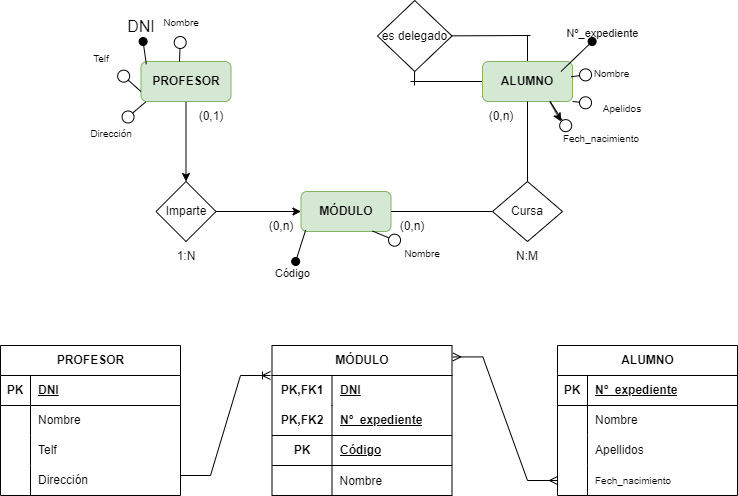
Before: Data Base/Exercise1E/R a Relacional.drawio.png, a diagram exported from draw.io (Samue45/1-DAM). Source tidied: cells renumbered, new cells last; positions are measured from the earlier drawing's top-left corner, leaving out a move shared by most shapes.
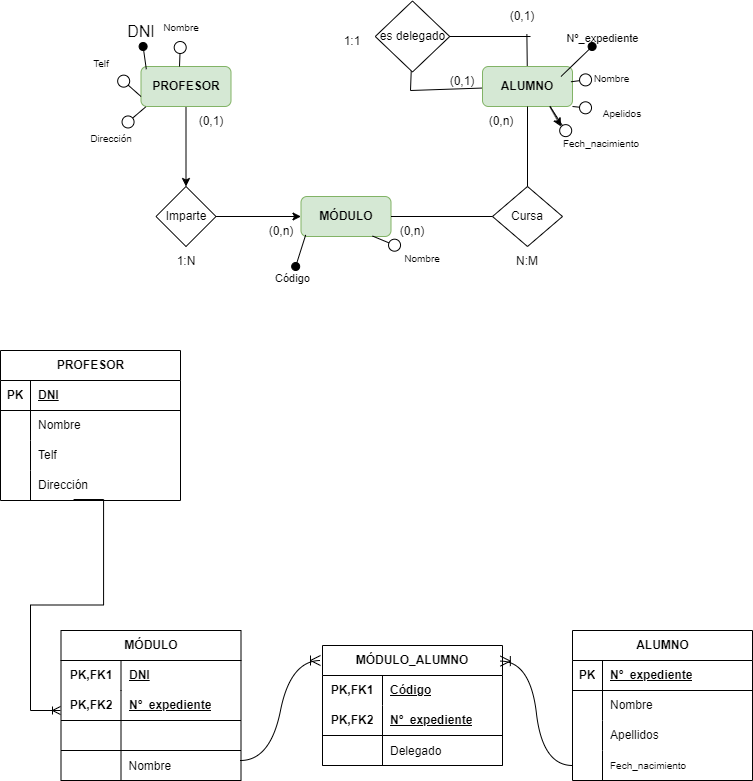
Later version of the same file.

Diff of the diagram source:
```diff
@@ -10,13 +10,11 @@
     </mxCell>
     <mxCell id="4" style="edgeStyle=none;curved=1;rounded=0;jettySize=auto;html=1;fontSize=12;startSize=8;endSize=8;endArrow=none;endFill=0;" parent="1" edge="1" source="6">
       <mxGeometry relative="1" as="geometry">
-        <mxPoint x="410" y="81" as="targetPoint" />
+        <mxPoint x="410" y="85" as="targetPoint" />
       </mxGeometry>
     </mxCell>
-    <mxCell id="5" style="edgeStyle=none;curved=1;rounded=0;jettySize=auto;html=1;fontSize=12;startSize=8;endSize=8;endArrow=none;endFill=0;" parent="1" edge="1" source="6">
-      <mxGeometry relative="1" as="geometry">
-        <mxPoint x="527" y="35" as="targetPoint" />
-      </mxGeometry>
+    <mxCell id="5" style="edgeStyle=none;curved=1;rounded=0;jettySize=auto;html=1;fontSize=12;startSize=8;endSize=8;endArrow=none;endFill=0;entryX=0.573;entryY=1.11;entryDx=0;entryDy=0;entryPerimeter=0;" parent="1" edge="1" source="6" target="98">
+      <mxGeometry relative="1" as="geometry" />
     </mxCell>
     <mxCell id="6" value="&lt;b&gt;&lt;font style=&quot;font-size: 12px;&quot;&gt;ALUMNO&lt;/font&gt;&lt;/b&gt;" style="rounded=1;whiteSpace=wrap;html=1;fillColor=#d5e8d4;strokeColor=#82b366;" parent="1" vertex="1">
       <mxGeometry x="482" y="61" width="90" height="40" as="geometry" />
@@ -168,7 +166,7 @@
       <mxGeometry x="30" width="150" height="30" as="geometry" />
     </mxCell>
     <mxCell id="53" value="ALUMNO" style="shape=table;startSize=30;rowLines=0;fontStyle=1;align=center;html=1;" parent="1" vertex="1">
-      <mxGeometry x="557" y="345" width="180" height="150" as="geometry" />
+      <mxGeometry x="572" y="625" width="180" height="150" as="geometry" />
     </mxCell>
     <mxCell id="54" style="shape=tableRow;horizontal=0;startSize=0;swimlaneHead=0;swimlaneBody=0;fillColor=none;top=0;left=0;right=0;bottom=1;" parent="53" vertex="1">
       <mxGeometry y="30" width="180" height="30" as="geometry" />
@@ -207,7 +205,7 @@
       <mxGeometry x="30" width="150" height="30" as="geometry" />
     </mxCell>
     <mxCell id="66" value="MÓDULO" style="shape=table;startSize=30;rowLines=0;fontStyle=1;align=center;html=1;whiteSpace=wrap;strokeWidth=1;swimlaneFillColor=none;fillColor=default;swimlaneLine=1;" parent="1" vertex="1">
-      <mxGeometry x="271.5" y="345" width="180" height="150" as="geometry" />
+      <mxGeometry x="60.5" y="625" width="180" height="150" as="geometry" />
     </mxCell>
     <mxCell id="67" style="shape=tableRow;horizontal=0;startSize=0;swimlaneHead=0;swimlaneBody=0;fillColor=none;top=0;left=0;right=0;bottom=0;html=1;" parent="66" vertex="1">
       <mxGeometry y="30" width="180" height="30" as="geometry" />
@@ -230,10 +228,10 @@
     <mxCell id="73" style="shape=tableRow;horizontal=0;startSize=0;swimlaneHead=0;swimlaneBody=0;fillColor=none;top=0;left=0;right=0;bottom=1;html=1;" parent="66" vertex="1">
       <mxGeometry y="90" width="180" height="30" as="geometry" />
     </mxCell>
-    <mxCell id="74" value="PK" style="shape=partialRectangle;fillColor=none;top=0;left=0;bottom=0;right=0;fontStyle=1;overflow=hidden;html=1;whiteSpace=wrap;" parent="73" vertex="1">
+    <mxCell id="74" style="shape=partialRectangle;fillColor=none;top=0;left=0;bottom=0;right=0;fontStyle=1;overflow=hidden;html=1;whiteSpace=wrap;" parent="73" vertex="1">
       <mxGeometry width="60" height="30" as="geometry" />
     </mxCell>
-    <mxCell id="75" value="Código" style="shape=partialRectangle;fillColor=none;top=0;left=0;bottom=0;right=0;align=left;spacingLeft=6;fontStyle=5;overflow=hidden;html=1;whiteSpace=wrap;" parent="73" vertex="1">
+    <mxCell id="75" style="shape=partialRectangle;fillColor=none;top=0;left=0;bottom=0;right=0;align=left;spacingLeft=6;fontStyle=5;overflow=hidden;html=1;whiteSpace=wrap;" parent="73" vertex="1">
       <mxGeometry x="60" width="120" height="30" as="geometry" />
     </mxCell>
     <mxCell id="76" style="shape=tableRow;horizontal=0;startSize=0;swimlaneHead=0;swimlaneBody=0;fillColor=none;top=0;left=0;right=0;bottom=1;html=1;" parent="66" vertex="1">
@@ -245,32 +243,74 @@
     <mxCell id="78" value="Nombre" style="shape=partialRectangle;fillColor=none;top=0;left=0;bottom=0;right=0;align=left;spacingLeft=6;overflow=hidden;" parent="76" vertex="1">
       <mxGeometry x="60" width="120" height="30" as="geometry" />
     </mxCell>
-    <mxCell id="79" style="edgeStyle=entityRelationEdgeStyle;fontSize=12;html=1;endArrow=ERmany;startArrow=ERmany;rounded=0;entryX=0;entryY=0.5;entryDx=0;entryDy=0;exitX=1;exitY=0.5;exitDx=0;exitDy=0;" parent="1" edge="1" target="63">
-      <mxGeometry relative="1" as="geometry">
-        <mxPoint x="452.3" y="356.4" as="sourcePoint" />
-      </mxGeometry>
-    </mxCell>
-    <mxCell id="80" style="edgeStyle=entityRelationEdgeStyle;fontSize=12;html=1;endArrow=ERoneToMany;rounded=0;" parent="1" edge="1">
+    <mxCell id="80" style="edgeStyle=entityRelationEdgeStyle;fontSize=12;html=1;endArrow=ERoneToMany;rounded=0;exitX=0.406;exitY=0.967;exitDx=0;exitDy=0;exitPerimeter=0;" parent="1" edge="1" source="50">
       <mxGeometry relative="1" as="geometry">
-        <mxPoint x="180" y="475" as="sourcePoint" />
-        <mxPoint x="270" y="375" as="targetPoint" />
+        <mxPoint x="60" y="705" as="targetPoint" />
         <Array as="points">
-          <mxPoint x="260" y="375" />
+          <mxPoint x="220.5" y="510" />
         </Array>
       </mxGeometry>
     </mxCell>
     <mxCell id="81" style="edgeStyle=none;curved=1;rounded=0;jettySize=auto;html=1;fontSize=12;startSize=8;endSize=8;endArrow=none;endFill=0;" parent="1" edge="1" source="83">
       <mxGeometry relative="1" as="geometry">
-        <mxPoint x="414" y="85" as="targetPoint" />
+        <mxPoint x="410" y="85" as="targetPoint" />
       </mxGeometry>
     </mxCell>
     <mxCell id="82" style="edgeStyle=none;curved=1;rounded=0;jettySize=auto;html=1;fontSize=12;startSize=8;endSize=8;endArrow=none;endFill=0;" parent="1" edge="1" source="83">
       <mxGeometry relative="1" as="geometry">
-        <mxPoint x="530" y="35" as="targetPoint" />
+        <mxPoint x="530" y="31" as="targetPoint" />
       </mxGeometry>
     </mxCell>
     <mxCell id="83" value="es delegado" style="rhombus;whiteSpace=wrap;html=1;" parent="1" vertex="1">
-      <mxGeometry x="377" width="74.5" height="71" as="geometry" />
+      <mxGeometry x="374.8" y="-4.5" width="74.5" height="71" as="geometry" />
     </mxCell>
+    <mxCell id="84" value="MÓDULO_ALUMNO" style="shape=table;startSize=30;rowLines=0;fontStyle=1;align=center;html=1;whiteSpace=wrap;strokeWidth=1;swimlaneFillColor=none;fillColor=default;swimlaneLine=1;" parent="1" vertex="1">
+      <mxGeometry x="322" y="640" width="180" height="120" as="geometry" />
+    </mxCell>
+    <mxCell id="85" style="shape=tableRow;horizontal=0;startSize=0;swimlaneHead=0;swimlaneBody=0;fillColor=none;top=0;left=0;right=0;bottom=0;html=1;" parent="84" vertex="1">
+      <mxGeometry y="30" width="180" height="30" as="geometry" />
+    </mxCell>
+    <mxCell id="86" value="PK,FK1" style="shape=partialRectangle;fillColor=none;top=0;left=0;bottom=0;right=0;fontStyle=1;overflow=hidden;html=1;whiteSpace=wrap;" parent="85" vertex="1">
+      <mxGeometry width="60" height="30" as="geometry" />
+    </mxCell>
+    <mxCell id="87" value="Código" style="shape=partialRectangle;fillColor=none;top=0;left=0;bottom=0;right=0;align=left;spacingLeft=6;fontStyle=5;overflow=hidden;html=1;whiteSpace=wrap;" parent="85" vertex="1">
+      <mxGeometry x="60" width="120" height="30" as="geometry" />
+    </mxCell>
+    <mxCell id="88" style="shape=tableRow;horizontal=0;startSize=0;swimlaneHead=0;swimlaneBody=0;fillColor=none;top=0;left=0;right=0;bottom=1;html=1;" parent="84" vertex="1">
+      <mxGeometry y="60" width="180" height="30" as="geometry" />
+    </mxCell>
+    <mxCell id="89" value="PK,FK2" style="shape=partialRectangle;fillColor=none;top=0;left=0;bottom=0;right=0;fontStyle=1;overflow=hidden;html=1;whiteSpace=wrap;" parent="88" vertex="1">
+      <mxGeometry width="60" height="30" as="geometry" />
+    </mxCell>
+    <mxCell id="90" value="Nº_expediente" style="shape=partialRectangle;fillColor=none;top=0;left=0;bottom=0;right=0;align=left;spacingLeft=6;fontStyle=5;overflow=hidden;html=1;whiteSpace=wrap;" parent="88" vertex="1">
+      <mxGeometry x="60" width="120" height="30" as="geometry" />
+    </mxCell>
+    <mxCell id="91" style="shape=tableRow;horizontal=0;startSize=0;swimlaneHead=0;swimlaneBody=0;fillColor=none;top=0;left=0;right=0;bottom=1;html=1;" parent="84" vertex="1">
+      <mxGeometry y="90" width="180" height="30" as="geometry" />
+    </mxCell>
+    <mxCell id="92" style="shape=partialRectangle;fillColor=none;top=0;left=0;bottom=0;right=0;fontStyle=1;overflow=hidden;html=1;whiteSpace=wrap;" parent="91" vertex="1">
+      <mxGeometry width="60" height="30" as="geometry" />
+    </mxCell>
+    <mxCell id="93" value="Delegado" style="shape=partialRectangle;fillColor=none;top=0;left=0;bottom=0;right=0;align=left;spacingLeft=6;overflow=hidden;" parent="91" vertex="1">
+      <mxGeometry x="60" width="120" height="30" as="geometry" />
+    </mxCell>
+    <mxCell id="94" style="edgeStyle=entityRelationEdgeStyle;fontSize=12;html=1;endArrow=ERoneToMany;rounded=0;startSize=8;endSize=8;curved=1;" parent="1" edge="1">
+      <mxGeometry relative="1" as="geometry">
+        <mxPoint x="240" y="755" as="sourcePoint" />
+        <mxPoint x="320" y="655" as="targetPoint" />
+      </mxGeometry>
+    </mxCell>
+    <mxCell id="95" style="edgeStyle=entityRelationEdgeStyle;fontSize=12;html=1;endArrow=ERoneToMany;rounded=0;startSize=8;endSize=8;curved=1;exitX=0;exitY=0.5;exitDx=0;exitDy=0;entryX=0.988;entryY=0.13;entryDx=0;entryDy=0;entryPerimeter=0;" parent="1" edge="1" source="63" target="84">
+      <mxGeometry relative="1" as="geometry" />
+    </mxCell>
+    <mxCell id="96" value="1:1" style="text;html=1;align=center;verticalAlign=middle;whiteSpace=wrap;rounded=0;" parent="1" vertex="1">
+      <mxGeometry x="322" y="20.5" width="60" height="30" as="geometry" />
+    </mxCell>
+    <mxCell id="97" value="(0,1)" style="text;html=1;align=center;verticalAlign=middle;whiteSpace=wrap;rounded=0;" parent="1" vertex="1">
+      <mxGeometry x="432" y="61" width="60" height="30" as="geometry" />
+    </mxCell>
+    <mxCell id="98" value="(0,1)" style="text;html=1;align=center;verticalAlign=middle;whiteSpace=wrap;rounded=0;" parent="1" vertex="1">
+      <mxGeometry x="492" y="-4.5" width="60" height="30" as="geometry" />
+    </mxCell>
   </root>
 </mxGraphModel>
```
